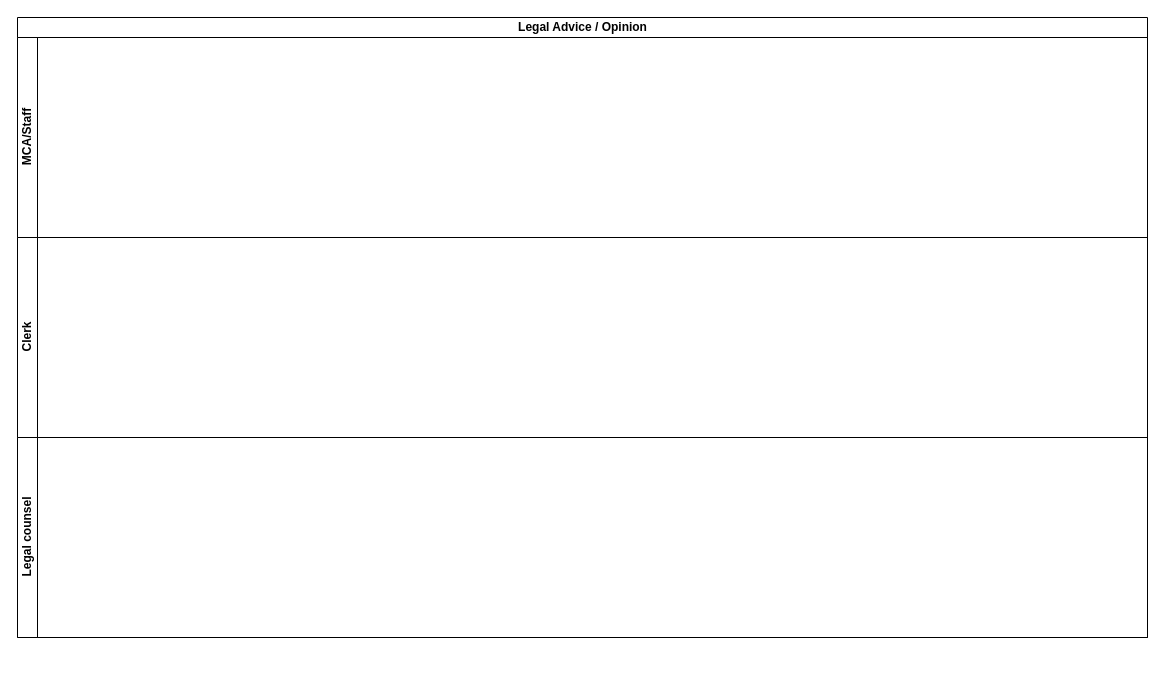
Earlier version of the draw.io diagram Legal - Legal Advice or Opinion.drawio (kmagua/flowcharts). Source tidied: cells renumbered, new cells numbered last; positions are measured from the earlier drawing's top-left corner, leaving out a move shared by most shapes. Both pictures are drawn from the tidied source at 100%, with x=0, y=0 at pixel (17, 17).
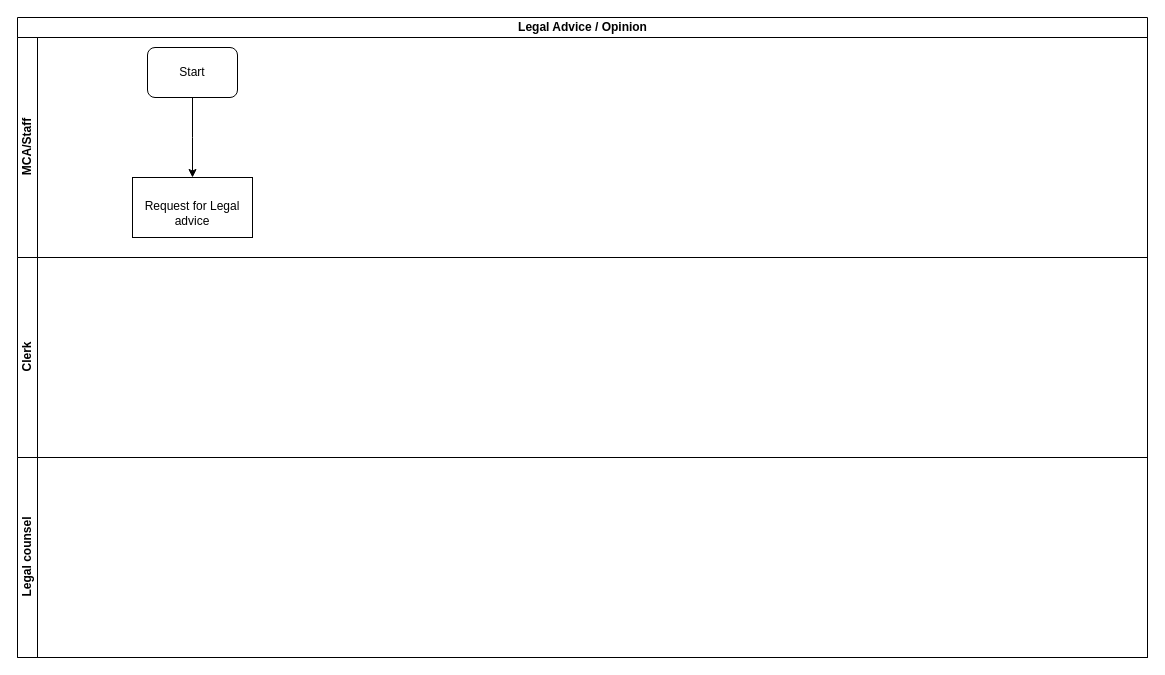
After the change.

Change to the diagram source:
```diff
@@
 <mxGraphModel>
   <root>
     <mxCell id="0" />
     <mxCell id="1" parent="0" />
     <mxCell id="2" value="Legal Advice / Opinion" style="swimlane;html=1;horizontal=1;startSize=20;" parent="1" vertex="1">
-      <mxGeometry width="1130" height="620" as="geometry" />
+      <mxGeometry width="1130" height="640" as="geometry" />
     </mxCell>
     <mxCell id="3" value="MCA/Staff" style="swimlane;html=1;startSize=20;horizontal=0;" parent="2" vertex="1">
-      <mxGeometry y="20" width="1130" height="200" as="geometry" />
+      <mxGeometry y="20" width="1130" height="220" as="geometry" />
     </mxCell>
+    <mxCell id="6" value="Start" style="rounded=1;whiteSpace=wrap;html=1;" parent="3" vertex="1">
+      <mxGeometry x="130" y="10" width="90" height="50" as="geometry" />
+    </mxCell>
+    <mxCell id="7" value="&lt;br/&gt;&lt;p style=&quot;margin-bottom: 0in&quot;&gt;Request for Legal advice&lt;/p&gt;&lt;br/&gt;" style="rounded=0;whiteSpace=wrap;html=1;" parent="3" vertex="1">
+      <mxGeometry x="115" y="140" width="120" height="60" as="geometry" />
+    </mxCell>
     <mxCell id="4" value="Clerk" style="swimlane;html=1;startSize=20;horizontal=0;" parent="2" vertex="1">
-      <mxGeometry y="220" width="1130" height="200" as="geometry" />
+      <mxGeometry y="240" width="1130" height="200" as="geometry" />
     </mxCell>
     <mxCell id="5" value="Legal counsel" style="swimlane;html=1;startSize=20;horizontal=0;" parent="2" vertex="1">
-      <mxGeometry y="420" width="1130" height="200" as="geometry" />
+      <mxGeometry y="440" width="1130" height="200" as="geometry" />
     </mxCell>
+    <mxCell id="8" style="edgeStyle=orthogonalEdgeStyle;rounded=0;jettySize=auto;html=1;" parent="1" edge="1" source="6">
+      <mxGeometry relative="1" as="geometry">
+        <mxPoint x="175" y="160" as="targetPoint" />
+      </mxGeometry>
+    </mxCell>
   </root>
 </mxGraphModel>
```
